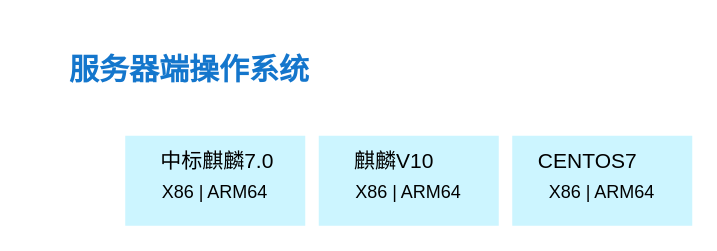
ammengke/my-drawio keeps this draw.io diagram as 国产化系统支持架构.drawio. Above is the earlier version. Source tidied: cells renumbered, new cells numbered last; positions are measured from the earlier drawing's top-left corner, leaving out a move shared by most shapes. Both pictures are drawn from the tidied source at 150%, with x=0, y=0 at pixel (26, 26).
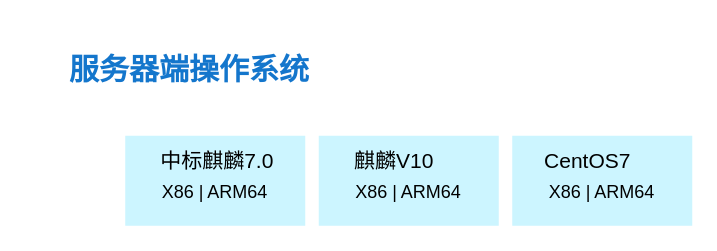
The same diagram, later.

Commit message:
更新国产化系统支持架构.drawio

What changed in the source:
```diff
@@
 <mxGraphModel>
   <root>
     <mxCell id="0" />
     <mxCell id="1" parent="0" />
     <mxCell id="2" value="服务器端操作系统" style="text;html=1;align=center;verticalAlign=middle;whiteSpace=wrap;rounded=0;fontStyle=1;fontSize=20;fontColor=#1476CC;" parent="1" vertex="1">
       <mxGeometry width="218" height="55" as="geometry" />
     </mxCell>
     <mxCell id="3" value="&lt;br&gt;X86 | ARM64" style="rounded=0;whiteSpace=wrap;html=1;fillColor=#CCF5FF;strokeColor=none;" parent="1" vertex="1">
       <mxGeometry x="66" y="73" width="120" height="60" as="geometry" />
     </mxCell>
     <mxCell id="4" value="中标麒麟7.0" style="text;html=1;strokeColor=none;fillColor=none;align=center;verticalAlign=middle;whiteSpace=wrap;rounded=0;fontSize=14;" parent="1" vertex="1">
       <mxGeometry x="87" y="75" width="81" height="30" as="geometry" />
     </mxCell>
     <mxCell id="5" value="&lt;br&gt;X86 | ARM64" style="rounded=0;whiteSpace=wrap;html=1;fillColor=#CCF5FF;strokeColor=none;" parent="1" vertex="1">
       <mxGeometry x="195" y="73" width="120" height="60" as="geometry" />
     </mxCell>
     <mxCell id="6" value="麒麟V10" style="text;html=1;strokeColor=none;fillColor=none;align=center;verticalAlign=middle;whiteSpace=wrap;rounded=0;fontSize=14;" parent="1" vertex="1">
       <mxGeometry x="205" y="75" width="81" height="30" as="geometry" />
     </mxCell>
     <mxCell id="7" value="&lt;br&gt;X86 | ARM64" style="rounded=0;whiteSpace=wrap;html=1;fillColor=#CCF5FF;strokeColor=none;" parent="1" vertex="1">
       <mxGeometry x="324" y="73" width="120" height="60" as="geometry" />
     </mxCell>
-    <mxCell id="8" value="CENTOS7" style="text;html=1;strokeColor=none;fillColor=none;align=center;verticalAlign=middle;whiteSpace=wrap;rounded=0;fontSize=14;" parent="1" vertex="1">
+    <mxCell id="8" value="CentOS7" style="text;html=1;strokeColor=none;fillColor=none;align=center;verticalAlign=middle;whiteSpace=wrap;rounded=0;fontSize=14;" parent="1" vertex="1">
       <mxGeometry x="334" y="75" width="81" height="30" as="geometry" />
     </mxCell>
   </root>
 </mxGraphModel>
```
